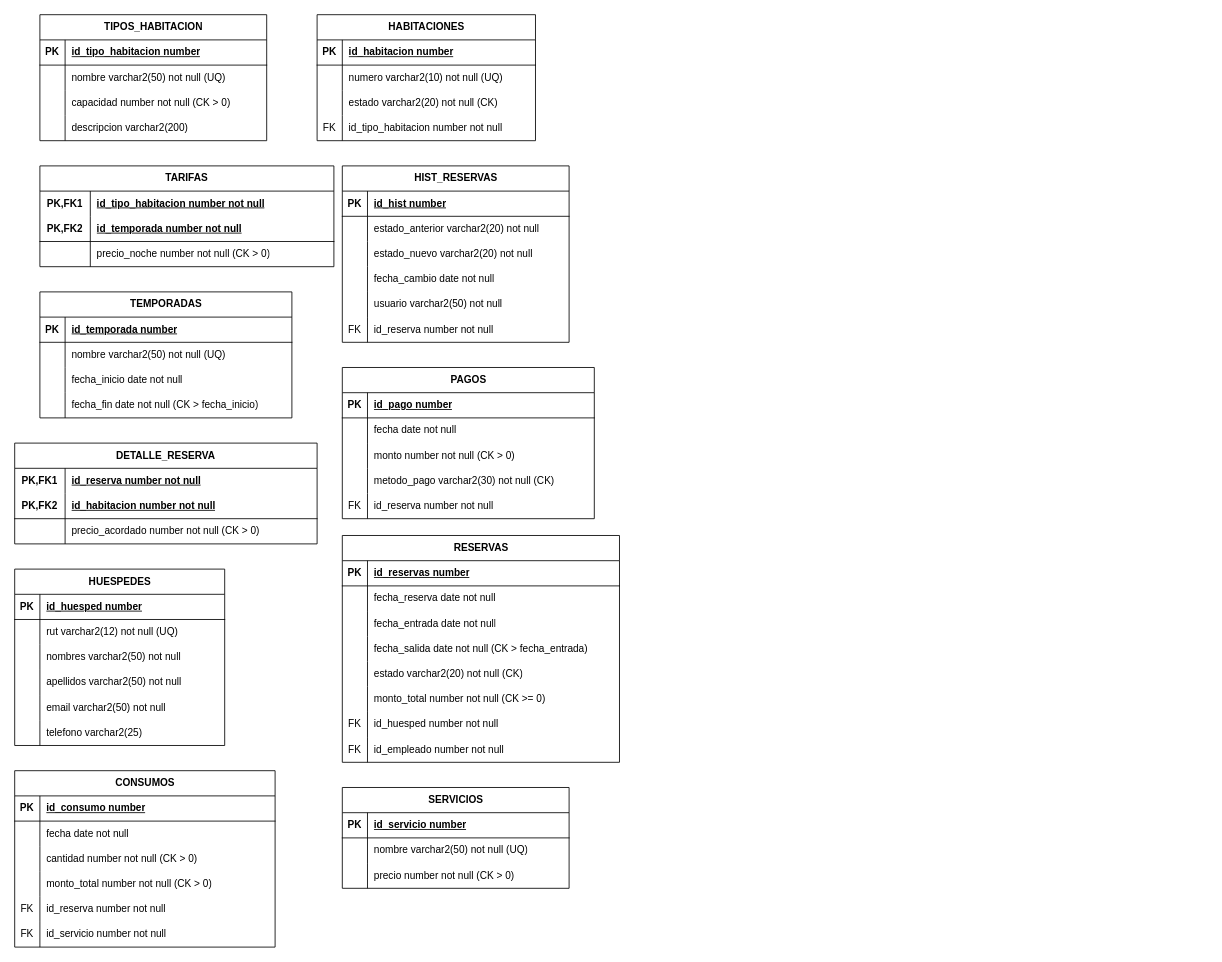
byronma-ui/hotel-costa-pacifico keeps this draw.io diagram as G11_Modelo_Relacional .drawio. Above is the earlier version. Source tidied: cells renumbered, new cells numbered last; positions are measured from the earlier drawing's top-left corner, leaving out a move shared by most shapes. Both pictures are drawn from the tidied source at 84%, with x=0, y=0 at pixel (14, 14).
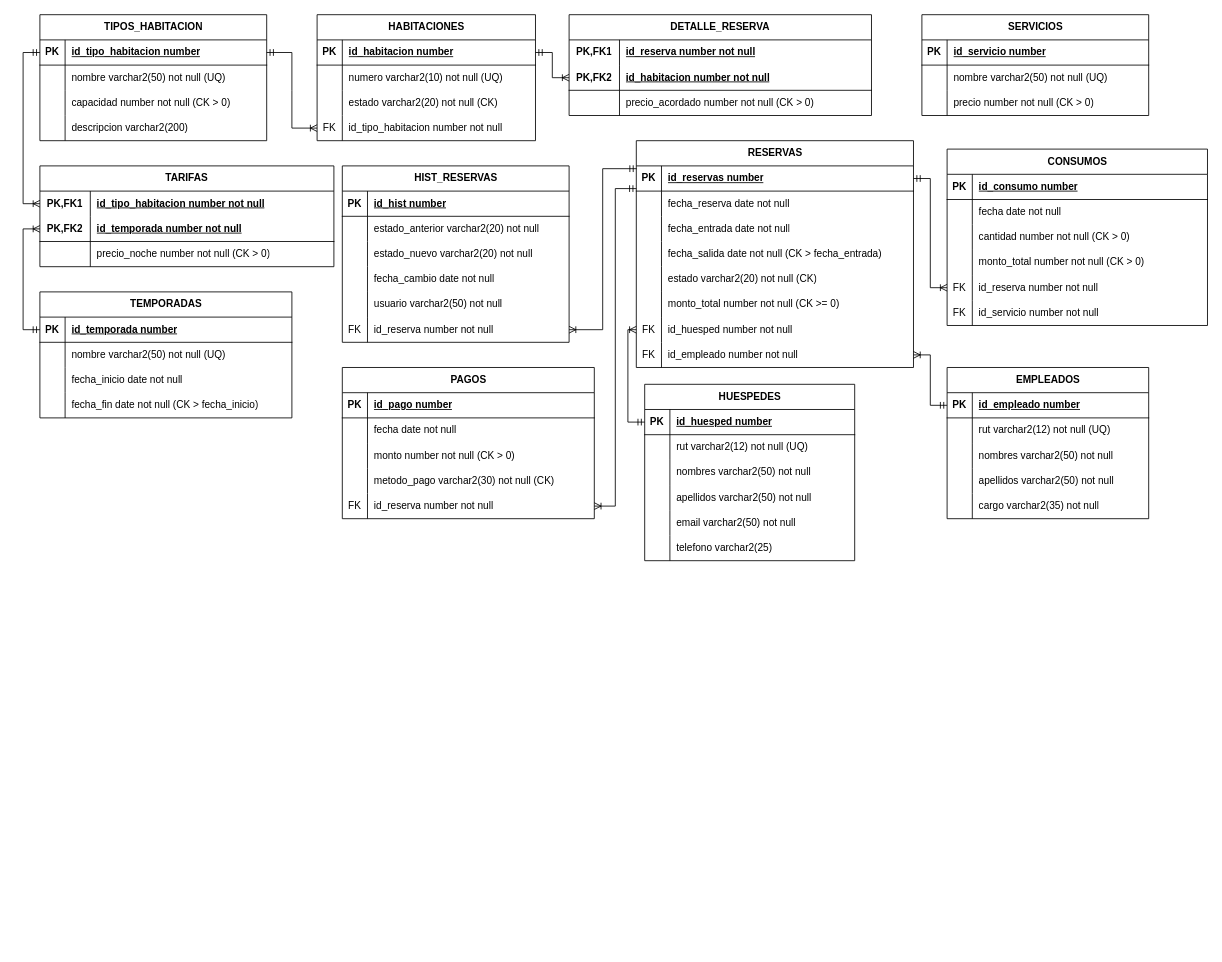
Above is the later version.

The change refers to these unchanged cells:
```xml
<mxCell id="3" style="shape=tableRow;horizontal=0;startSize=0;swimlaneHead=0;swimlaneBody=0;fillColor=none;points=[[0,0.5],[1,0.5]];portConstraint=eastwest;top=0;left=0;right=0;bottom=1;" parent="2" vertex="1">
  <mxGeometry y="30" width="270" height="30" as="geometry" />
</mxCell>
<mxCell id="16" style="shape=tableRow;horizontal=0;startSize=0;swimlaneHead=0;swimlaneBody=0;fillColor=none;points=[[0,0.5],[1,0.5]];portConstraint=eastwest;top=0;left=0;right=0;bottom=0;html=1;" parent="15" vertex="1">
  <mxGeometry y="30" width="350" height="30" as="geometry" />
</mxCell>
<mxCell id="19" style="shape=tableRow;horizontal=0;startSize=0;swimlaneHead=0;swimlaneBody=0;fillColor=none;points=[[0,0.5],[1,0.5]];portConstraint=eastwest;top=0;left=0;right=0;bottom=1;html=1;" parent="15" vertex="1">
  <mxGeometry y="60" width="350" height="30" as="geometry" />
</mxCell>
<mxCell id="26" style="shape=tableRow;horizontal=0;startSize=0;swimlaneHead=0;swimlaneBody=0;fillColor=none;points=[[0,0.5],[1,0.5]];portConstraint=eastwest;top=0;left=0;right=0;bottom=1;" parent="25" vertex="1">
  <mxGeometry y="30" width="300" height="30" as="geometry" />
</mxCell>
<mxCell id="39" style="shape=tableRow;horizontal=0;startSize=0;swimlaneHead=0;swimlaneBody=0;fillColor=none;points=[[0,0.5],[1,0.5]];portConstraint=eastwest;top=0;left=0;right=0;bottom=1;" parent="38" vertex="1">
  <mxGeometry y="30" width="260" height="30" as="geometry" />
</mxCell>
<mxCell id="48" style="shape=tableRow;horizontal=0;startSize=0;swimlaneHead=0;swimlaneBody=0;fillColor=none;points=[[0,0.5],[1,0.5]];portConstraint=eastwest;top=0;left=0;right=0;bottom=0;" parent="38" vertex="1">
  <mxGeometry y="120" width="260" height="30" as="geometry" />
</mxCell>
<mxCell id="67" style="shape=tableRow;horizontal=0;startSize=0;swimlaneHead=0;swimlaneBody=0;fillColor=none;points=[[0,0.5],[1,0.5]];portConstraint=eastwest;top=0;left=0;right=0;bottom=0;" parent="51" vertex="1">
  <mxGeometry y="180" width="270" height="30" as="geometry" />
</mxCell>
<mxCell id="83" style="shape=tableRow;horizontal=0;startSize=0;swimlaneHead=0;swimlaneBody=0;fillColor=none;points=[[0,0.5],[1,0.5]];portConstraint=eastwest;top=0;left=0;right=0;bottom=0;" parent="70" vertex="1">
  <mxGeometry y="150" width="300" height="30" as="geometry" />
</mxCell>
<mxCell id="90" style="shape=tableRow;horizontal=0;startSize=0;swimlaneHead=0;swimlaneBody=0;fillColor=none;points=[[0,0.5],[1,0.5]];portConstraint=eastwest;top=0;left=0;right=0;bottom=1;html=1;" parent="86" vertex="1">
  <mxGeometry y="60" width="360" height="30" as="geometry" />
</mxCell>
<mxCell id="97" style="shape=tableRow;horizontal=0;startSize=0;swimlaneHead=0;swimlaneBody=0;fillColor=none;points=[[0,0.5],[1,0.5]];portConstraint=eastwest;top=0;left=0;right=0;bottom=1;" parent="96" vertex="1">
  <mxGeometry y="30" width="330" height="30" as="geometry" />
</mxCell>
<mxCell id="115" style="shape=tableRow;horizontal=0;startSize=0;swimlaneHead=0;swimlaneBody=0;fillColor=none;points=[[0,0.5],[1,0.5]];portConstraint=eastwest;top=0;left=0;right=0;bottom=0;" parent="96" vertex="1">
  <mxGeometry y="210" width="330" height="30" as="geometry" />
</mxCell>
<mxCell id="118" style="shape=tableRow;horizontal=0;startSize=0;swimlaneHead=0;swimlaneBody=0;fillColor=none;points=[[0,0.5],[1,0.5]];portConstraint=eastwest;top=0;left=0;right=0;bottom=0;" parent="96" vertex="1">
  <mxGeometry y="240" width="330" height="30" as="geometry" />
</mxCell>
<mxCell id="122" style="shape=tableRow;horizontal=0;startSize=0;swimlaneHead=0;swimlaneBody=0;fillColor=none;points=[[0,0.5],[1,0.5]];portConstraint=eastwest;top=0;left=0;right=0;bottom=1;" parent="121" vertex="1">
  <mxGeometry y="30" width="250" height="30" as="geometry" />
</mxCell>
<mxCell id="163" style="shape=tableRow;horizontal=0;startSize=0;swimlaneHead=0;swimlaneBody=0;fillColor=none;points=[[0,0.5],[1,0.5]];portConstraint=eastwest;top=0;left=0;right=0;bottom=0;" parent="150" vertex="1">
  <mxGeometry y="150" width="310" height="30" as="geometry" />
</mxCell>
```

Diff of the diagram source:
```diff
@@
     <mxCell id="86" value="DETALLE_RESERVA" style="shape=table;startSize=30;childLayout=tableLayout;rowLines=0;fontStyle=1;align=center;html=1;whiteSpace=wrap;" parent="1" vertex="1">
-      <mxGeometry y="510" width="360" height="120" as="geometry" />
+      <mxGeometry x="660" width="360" height="120" as="geometry" />
     </mxCell>
@@
     <mxCell id="96" value="RESERVAS" style="shape=table;startSize=30;childLayout=tableLayout;rowLines=0;fontStyle=1;align=center;html=1;" parent="1" vertex="1">
-      <mxGeometry x="390" y="620" width="330" height="270" as="geometry" />
+      <mxGeometry x="740" y="150" width="330" height="270" as="geometry" />
     </mxCell>
@@
     <mxCell id="121" value="HUESPEDES" style="shape=table;startSize=30;childLayout=tableLayout;rowLines=0;fontStyle=1;align=center;html=1;" parent="1" vertex="1">
-      <mxGeometry y="660" width="250" height="210" as="geometry" />
+      <mxGeometry x="750" y="440" width="250" height="210" as="geometry" />
     </mxCell>
@@
     <mxCell id="140" value="SERVICIOS" style="shape=table;startSize=30;childLayout=tableLayout;rowLines=0;fontStyle=1;align=center;html=1;" parent="1" vertex="1">
-      <mxGeometry x="390" y="920" width="270" height="120" as="geometry" />
+      <mxGeometry x="1080" width="270" height="120" as="geometry" />
     </mxCell>
@@
     <mxCell id="150" value="CONSUMOS" style="shape=table;startSize=30;childLayout=tableLayout;rowLines=0;fontStyle=1;align=center;html=1;" parent="1" vertex="1">
-      <mxGeometry y="900" width="310" height="210" as="geometry" />
+      <mxGeometry x="1110" y="160" width="310" height="210" as="geometry" />
     </mxCell>
@@
+    <mxCell id="169" value="EMPLEADOS" style="shape=table;startSize=30;childLayout=tableLayout;rowLines=0;fontStyle=1;align=center;html=1;" parent="1" vertex="1">
+      <mxGeometry x="1110" y="420" width="240" height="180" as="geometry" />
+    </mxCell>
+    <mxCell id="170" style="shape=tableRow;horizontal=0;startSize=0;swimlaneHead=0;swimlaneBody=0;fillColor=none;points=[[0,0.5],[1,0.5]];portConstraint=eastwest;top=0;left=0;right=0;bottom=1;" parent="169" vertex="1">
+      <mxGeometry y="30" width="240" height="30" as="geometry" />
+    </mxCell>
+    <mxCell id="171" value="PK" style="shape=partialRectangle;fillColor=none;top=0;left=0;bottom=0;right=0;fontStyle=1;overflow=hidden;whiteSpace=wrap;html=1;" parent="170" vertex="1">
+      <mxGeometry width="30" height="30" as="geometry" />
+    </mxCell>
+    <mxCell id="172" value="id_empleado number" style="shape=partialRectangle;fillColor=none;top=0;left=0;bottom=0;right=0;align=left;spacingLeft=6;fontStyle=5;overflow=hidden;whiteSpace=wrap;html=1;" parent="170" vertex="1">
+      <mxGeometry x="30" width="210" height="30" as="geometry" />
+    </mxCell>
+    <mxCell id="173" style="shape=tableRow;horizontal=0;startSize=0;swimlaneHead=0;swimlaneBody=0;fillColor=none;top=0;left=0;right=0;bottom=0;" parent="169" vertex="1">
+      <mxGeometry y="60" width="240" height="30" as="geometry" />
+    </mxCell>
+    <mxCell id="174" style="shape=partialRectangle;fillColor=none;top=0;left=0;bottom=0;right=0;overflow=hidden;whiteSpace=wrap;html=1;" parent="173" vertex="1">
+      <mxGeometry width="30" height="30" as="geometry" />
+    </mxCell>
+    <mxCell id="175" value="rut varchar2(12) not null (UQ)" style="shape=partialRectangle;fillColor=none;top=0;left=0;bottom=0;right=0;align=left;spacingLeft=6;overflow=hidden;whiteSpace=wrap;html=1;" parent="173" vertex="1">
+      <mxGeometry x="30" width="210" height="30" as="geometry" />
+    </mxCell>
+    <mxCell id="176" style="shape=tableRow;horizontal=0;startSize=0;swimlaneHead=0;swimlaneBody=0;fillColor=none;top=0;left=0;right=0;bottom=0;" parent="169" vertex="1">
+      <mxGeometry y="90" width="240" height="30" as="geometry" />
+    </mxCell>
+    <mxCell id="177" style="shape=partialRectangle;fillColor=none;top=0;left=0;bottom=0;right=0;overflow=hidden;whiteSpace=wrap;html=1;" parent="176" vertex="1">
+      <mxGeometry width="30" height="30" as="geometry" />
+    </mxCell>
+    <mxCell id="178" value="nombres varchar2(50) not null" style="shape=partialRectangle;fillColor=none;top=0;left=0;bottom=0;right=0;align=left;spacingLeft=6;overflow=hidden;whiteSpace=wrap;html=1;" parent="176" vertex="1">
+      <mxGeometry x="30" width="210" height="30" as="geometry" />
+    </mxCell>
+    <mxCell id="179" style="shape=tableRow;horizontal=0;startSize=0;swimlaneHead=0;swimlaneBody=0;fillColor=none;top=0;left=0;right=0;bottom=0;" parent="169" vertex="1">
+      <mxGeometry y="120" width="240" height="30" as="geometry" />
+    </mxCell>
+    <mxCell id="180" style="shape=partialRectangle;fillColor=none;top=0;left=0;bottom=0;right=0;overflow=hidden;whiteSpace=wrap;html=1;" parent="179" vertex="1">
+      <mxGeometry width="30" height="30" as="geometry" />
+    </mxCell>
+    <mxCell id="181" value="apellidos varchar2(50) not null" style="shape=partialRectangle;fillColor=none;top=0;left=0;bottom=0;right=0;align=left;spacingLeft=6;overflow=hidden;whiteSpace=wrap;html=1;" parent="179" vertex="1">
+      <mxGeometry x="30" width="210" height="30" as="geometry" />
+    </mxCell>
+    <mxCell id="182" style="shape=tableRow;horizontal=0;startSize=0;swimlaneHead=0;swimlaneBody=0;fillColor=none;top=0;left=0;right=0;bottom=0;" parent="169" vertex="1">
+      <mxGeometry y="150" width="240" height="30" as="geometry" />
+    </mxCell>
+    <mxCell id="183" style="shape=partialRectangle;fillColor=none;top=0;left=0;bottom=0;right=0;overflow=hidden;whiteSpace=wrap;html=1;" parent="182" vertex="1">
+      <mxGeometry width="30" height="30" as="geometry" />
+    </mxCell>
+    <mxCell id="184" value="cargo varchar2(35) not null" style="shape=partialRectangle;fillColor=none;top=0;left=0;bottom=0;right=0;align=left;spacingLeft=6;overflow=hidden;whiteSpace=wrap;html=1;" parent="182" vertex="1">
+      <mxGeometry x="30" width="210" height="30" as="geometry" />
+    </mxCell>
+    <mxCell id="185" style="edgeStyle=orthogonalEdgeStyle;rounded=0;jettySize=auto;html=1;entryX=0;entryY=0.5;entryDx=0;entryDy=0;defaultLabelBackgroundColor=page;labelPadding=0 4;exitX=0;exitY=0.5;exitDx=0;exitDy=0;startArrow=ERmandOne;startFill=0;endArrow=ERoneToMany;endFill=0;" parent="1" edge="1" source="3" target="16">
+      <mxGeometry x="0.36" relative="1" as="geometry" />
+    </mxCell>
+    <mxCell id="186" style="edgeStyle=entityRelationEdgeStyle;fontSize=12;html=1;endArrow=ERoneToMany;rounded=0;defaultLabelBackgroundColor=page;labelPadding=0 4;entryX=0;entryY=0.5;entryDx=0;entryDy=0;startArrow=ERmandOne;startFill=0;exitX=1;exitY=0.5;exitDx=0;exitDy=0;" parent="1" edge="1" source="3" target="48">
+      <mxGeometry relative="1" as="geometry" />
+    </mxCell>
+    <mxCell id="187" style="edgeStyle=orthogonalEdgeStyle;rounded=0;jettySize=auto;html=1;entryX=0;entryY=0.5;entryDx=0;entryDy=0;defaultLabelBackgroundColor=page;labelPadding=0 4;startArrow=ERmandOne;startFill=0;endArrow=ERoneToMany;endFill=0;exitX=0;exitY=0.5;exitDx=0;exitDy=0;" parent="1" edge="1" source="26" target="19">
+      <mxGeometry x="-0.4" relative="1" as="geometry" />
+    </mxCell>
+    <mxCell id="188" style="edgeStyle=orthogonalEdgeStyle;rounded=0;jettySize=auto;html=1;entryX=0;entryY=0.5;entryDx=0;entryDy=0;defaultLabelBackgroundColor=page;labelPadding=0 4;startArrow=ERmandOne;startFill=0;endArrow=ERoneToMany;endFill=0;exitX=1;exitY=0.5;exitDx=0;exitDy=0;" parent="1" edge="1" source="39" target="90">
+      <mxGeometry relative="1" as="geometry" />
+    </mxCell>
+    <mxCell id="189" style="edgeStyle=orthogonalEdgeStyle;rounded=0;jettySize=auto;html=1;entryX=1;entryY=0.5;entryDx=0;entryDy=0;defaultLabelBackgroundColor=page;labelPadding=0 4;startArrow=ERmandOne;startFill=0;endArrow=ERoneToMany;endFill=0;exitX=0.001;exitY=0.11;exitDx=0;exitDy=0;exitPerimeter=0;" parent="1" edge="1" source="97" target="67">
+      <mxGeometry x="-0.75" relative="1" as="geometry" />
+    </mxCell>
+    <mxCell id="190" style="edgeStyle=orthogonalEdgeStyle;rounded=0;jettySize=auto;html=1;entryX=1;entryY=0.5;entryDx=0;entryDy=0;defaultLabelBackgroundColor=page;labelPadding=0 4;startArrow=ERmandOne;startFill=0;endArrow=ERoneToMany;endFill=0;exitX=0;exitY=0.901;exitDx=0;exitDy=0;exitPerimeter=0;" parent="1" edge="1" source="97" target="83">
+      <mxGeometry x="0.54" relative="1" as="geometry" />
+    </mxCell>
+    <mxCell id="191" style="edgeStyle=orthogonalEdgeStyle;rounded=0;jettySize=auto;html=1;defaultLabelBackgroundColor=page;labelPadding=0 4;startArrow=ERmandOne;startFill=0;endArrow=ERoneToMany;endFill=0;exitX=0;exitY=0.5;exitDx=0;exitDy=0;entryX=0;entryY=0.5;entryDx=0;entryDy=0;" parent="1" edge="1" source="122" target="115">
+      <mxGeometry x="0.12" relative="1" as="geometry" />
+    </mxCell>
+    <mxCell id="192" style="edgeStyle=orthogonalEdgeStyle;rounded=0;jettySize=auto;html=1;entryX=1;entryY=0.5;entryDx=0;entryDy=0;defaultLabelBackgroundColor=page;labelPadding=0 4;startArrow=ERmandOne;startFill=0;endArrow=ERoneToMany;endFill=0;exitX=0;exitY=0.5;exitDx=0;exitDy=0;" parent="1" edge="1" source="170" target="118">
+      <mxGeometry x="0.41" relative="1" as="geometry" />
+    </mxCell>
+    <mxCell id="193" style="edgeStyle=orthogonalEdgeStyle;rounded=0;jettySize=auto;html=1;entryX=0;entryY=0.5;entryDx=0;entryDy=0;defaultLabelBackgroundColor=page;labelPadding=0 4;startArrow=ERmandOne;startFill=0;endArrow=ERoneToMany;endFill=0;exitX=1;exitY=0.5;exitDx=0;exitDy=0;" parent="1" edge="1" source="97" target="163">
+      <mxGeometry x="0.78" relative="1" as="geometry" />
+    </mxCell>
```
